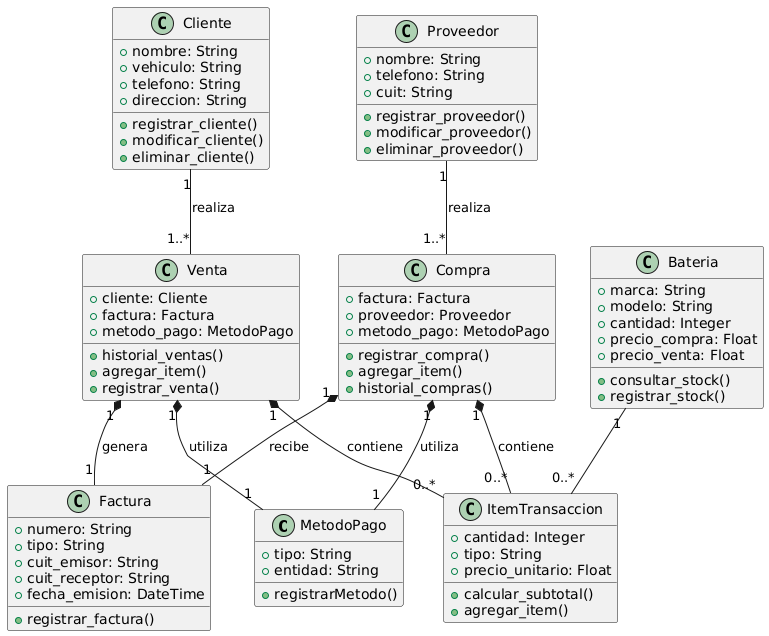
This is 06 - Diagrama de clases/Diagrama de clases.png from EmanuelMonella/baterias, a PlantUML export, as it was before one commit. The source it was exported from:
```plantuml
@startuml
class MetodoPago {
  + tipo: String
  + entidad: String
  + registrarMetodo()
}

class Factura {
  + numero: String
  + tipo: String
  + cuit_emisor: String
  + cuit_receptor: String
  + fecha_emision: DateTime
  + registrar_factura()
}

class Venta {
  + cliente: Cliente
  + factura: Factura
  + metodo_pago: MetodoPago
  + historial_ventas()
  + agregar_item()
  + registrar_venta()
}

class Compra {
  + factura: Factura
  + proveedor: Proveedor
  + metodo_pago: MetodoPago
  + registrar_compra()
  + agregar_item()
  + historial_compras()
}

Venta "1" *-- "1" Factura : genera
Venta "1" *-- "1" MetodoPago : utiliza
Compra "1" *-- "1" Factura : recibe
Compra "1" *-- "1" MetodoPago : utiliza

class Bateria {
  + marca: String
  + modelo: String
  + cantidad: Integer
  + precio_compra: Float
  + precio_venta: Float
  + consultar_stock()
  + registrar_stock()
}

class ItemTransaccion {
  + cantidad: Integer
  + tipo: String
  + precio_unitario: Float
  + calcular_subtotal()
  + agregar_item()
}

class Cliente {
  + nombre: String
  + vehiculo: String
  + telefono: String
  + direccion: String
  + registrar_cliente()
  + modificar_cliente()
  + eliminar_cliente()
}

class Proveedor {
  + nombre: String
  + telefono: String
  + cuit: String
  + registrar_proveedor()
  + modificar_proveedor()
  + eliminar_proveedor()
}

Venta "1" *-- "0..*" ItemTransaccion : contiene
Compra "1" *-- "0..*" ItemTransaccion : contiene
Bateria "1" -- "0..*" ItemTransaccion
Cliente "1" -- "1..*" Venta : realiza
Proveedor "1" -- "1..*" Compra : realiza
@enduml
```
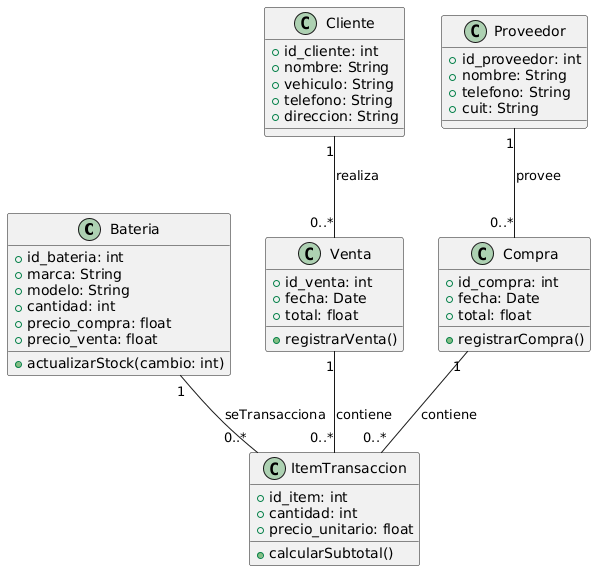
Above is the later version.

Commit message:
nuevo diagramas

The edit, as a diff of the source:
```diff
@@ -1,82 +1,57 @@
 @startuml
-class MetodoPago {
-  + tipo: String
-  + entidad: String
-  + registrarMetodo()
-}
-
-class Factura {
-  + numero: String
-  + tipo: String
-  + cuit_emisor: String
-  + cuit_receptor: String
-  + fecha_emision: DateTime
-  + registrar_factura()
-}
-
-class Venta {
-  + cliente: Cliente
-  + factura: Factura
-  + metodo_pago: MetodoPago
-  + historial_ventas()
-  + agregar_item()
-  + registrar_venta()
-}
-
-class Compra {
-  + factura: Factura
-  + proveedor: Proveedor
-  + metodo_pago: MetodoPago
-  + registrar_compra()
-  + agregar_item()
-  + historial_compras()
-}
-
-Venta "1" *-- "1" Factura : genera
-Venta "1" *-- "1" MetodoPago : utiliza
-Compra "1" *-- "1" Factura : recibe
-Compra "1" *-- "1" MetodoPago : utiliza
 
 class Bateria {
+  + id_bateria: int
   + marca: String
   + modelo: String
-  + cantidad: Integer
-  + precio_compra: Float
-  + precio_venta: Float
-  + consultar_stock()
-  + registrar_stock()
-}
-
-class ItemTransaccion {
-  + cantidad: Integer
-  + tipo: String
-  + precio_unitario: Float
-  + calcular_subtotal()
-  + agregar_item()
+  + cantidad: int
+  + precio_compra: float
+  + precio_venta: float
+  + actualizarStock(cambio: int)
 }
 
 class Cliente {
+  + id_cliente: int
   + nombre: String
   + vehiculo: String
   + telefono: String
   + direccion: String
-  + registrar_cliente()
-  + modificar_cliente()
-  + eliminar_cliente()
 }
 
 class Proveedor {
+  + id_proveedor: int
   + nombre: String
   + telefono: String
   + cuit: String
-  + registrar_proveedor()
-  + modificar_proveedor()
-  + eliminar_proveedor()
 }
 
-Venta "1" *-- "0..*" ItemTransaccion : contiene
-Compra "1" *-- "0..*" ItemTransaccion : contiene
-Bateria "1" -- "0..*" ItemTransaccion
-Cliente "1" -- "1..*" Venta : realiza
-Proveedor "1" -- "1..*" Compra : realiza
+class Venta {
+  + id_venta: int
+  + fecha: Date
+  + total: float
+  + registrarVenta()
+}
+
+class Compra {
+  + id_compra: int
+  + fecha: Date
+  + total: float
+  + registrarCompra()
+}
+
+class ItemTransaccion {
+  + id_item: int
+  + cantidad: int
+  + precio_unitario: float
+  + calcularSubtotal()
+}
+
+
+Cliente "1" -- "0..*" Venta : realiza
+Proveedor "1" -- "0..*" Compra : provee
+
+Venta "1" -- "0..*" ItemTransaccion : contiene
+Compra "1" -- "0..*" ItemTransaccion : contiene
+
+Bateria "1" -- "0..*" ItemTransaccion : seTransacciona
 @enduml
```
